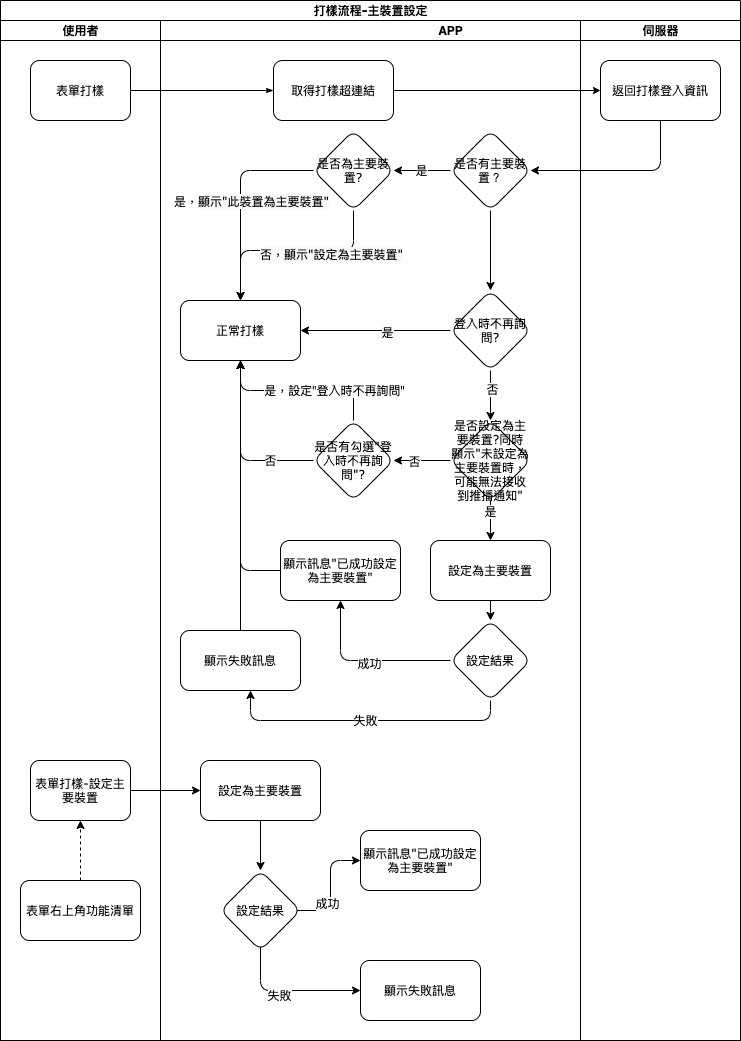
Earlier version of the draw.io export 8.10.0/UPDATE/ITEM_2/MAE/image/workflow_prototyping.png (ArcareRD/sadocs). Source tidied: cells renumbered, new cells last; positions are measured from the earlier drawing's top-left corner, leaving out a move shared by most shapes.
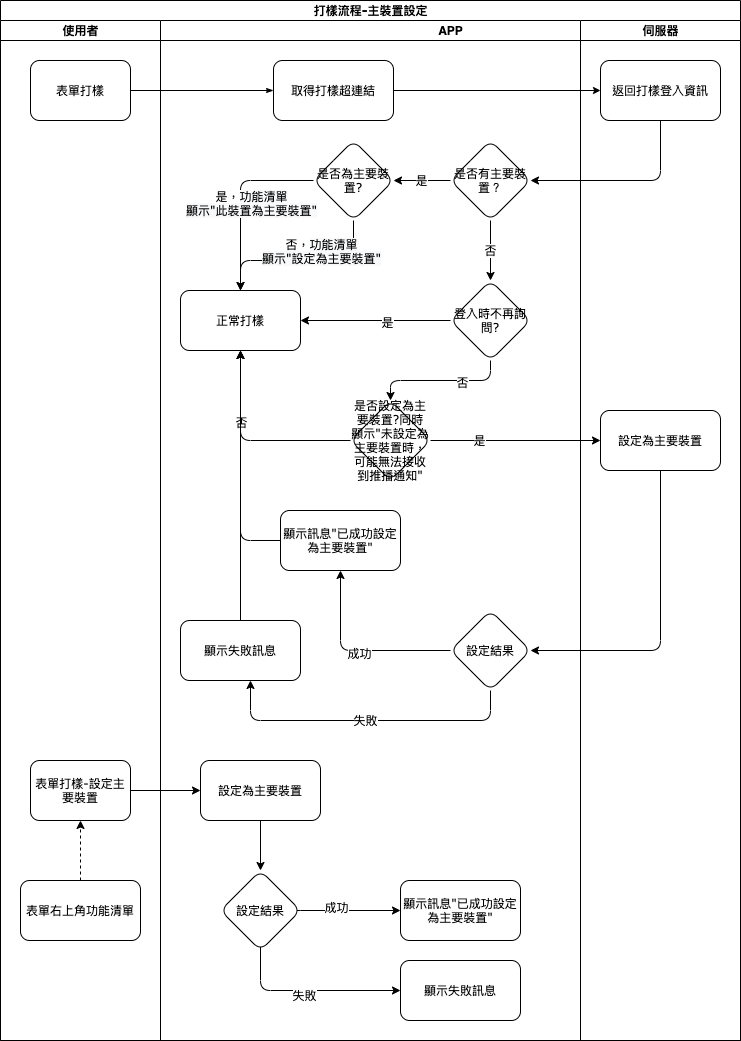
The same diagram one commit later.

Commit message:
修改一般登入及打樣時的主要裝置顯示

Change to the diagram source:
```diff
@@ -30,28 +30,28 @@
       <mxGeometry x="113" y="40" width="120" height="60" as="geometry" />
     </mxCell>
     <mxCell id="11" value="是否為主要裝置?" style="rhombus;whiteSpace=wrap;html=1;rounded=1;shadow=0;fontFamily=Verdana;fontSize=8;strokeWidth=1;" parent="9" vertex="1">
-      <mxGeometry x="153" y="110" width="80" height="80" as="geometry" />
+      <mxGeometry x="153" y="120" width="80" height="80" as="geometry" />
     </mxCell>
-    <mxCell id="12" style="edgeStyle=orthogonalEdgeStyle;rounded=1;jettySize=auto;html=1;" parent="9" edge="1" source="14" target="32">
+    <mxCell id="12" style="edgeStyle=orthogonalEdgeStyle;rounded=1;jettySize=auto;html=1;" parent="9" edge="1" source="14" target="23">
       <mxGeometry relative="1" as="geometry" />
     </mxCell>
     <mxCell id="13" value="否" style="edgeLabel;html=1;align=center;verticalAlign=middle;" parent="12" vertex="1">
       <mxGeometry x="0.29" relative="1" as="geometry" />
     </mxCell>
     <mxCell id="14" value="是否設定為主要裝置?同時顯示&quot;未設定為主要裝置時，可能無法接收到推播通知&quot;" style="rhombus;whiteSpace=wrap;html=1;rounded=1;shadow=0;fontFamily=Verdana;fontSize=8;strokeWidth=1;" parent="9" vertex="1">
-      <mxGeometry x="290" y="400" width="80" height="80" as="geometry" />
+      <mxGeometry x="190" y="380" width="80" height="80" as="geometry" />
     </mxCell>
     <mxCell id="15" style="edgeStyle=orthogonalEdgeStyle;rounded=1;jettySize=auto;html=1;" parent="9" edge="1" source="11" target="23">
       <mxGeometry relative="1" as="geometry">
         <Array as="points">
-          <mxPoint x="193" y="230" />
-          <mxPoint x="80" y="230" />
+          <mxPoint x="193" y="240" />
+          <mxPoint x="80" y="240" />
         </Array>
       </mxGeometry>
     </mxCell>
-    <mxCell id="16" value="&lt;span style=&quot;font-family: &amp;#34;verdana&amp;#34; ; font-size: 8px ; background-color: rgb(248 , 249 , 250)&quot;&gt;否，顯示&quot;設定為主要裝置&quot;&lt;/span&gt;" style="edgeLabel;html=1;align=center;verticalAlign=middle;" parent="15" vertex="1">
+    <mxCell id="16" value="否，&lt;span style=&quot;font-size: 12px ; background-color: rgb(248 , 249 , 250)&quot;&gt;功能清單&lt;/span&gt;&lt;br&gt;&lt;span style=&quot;font-size: 8px ; font-family: &amp;#34;verdana&amp;#34; ; background-color: rgb(248 , 249 , 250)&quot;&gt;顯示&quot;&lt;/span&gt;&lt;span style=&quot;font-family: &amp;#34;verdana&amp;#34; ; font-size: 8px ; background-color: rgb(248 , 249 , 250)&quot;&gt;設定為主要裝置&lt;/span&gt;&lt;span style=&quot;font-size: 8px ; font-family: &amp;#34;verdana&amp;#34; ; background-color: rgb(248 , 249 , 250)&quot;&gt;&quot;&lt;/span&gt;" style="edgeLabel;html=1;align=center;verticalAlign=middle;" parent="15" vertex="1">
       <mxGeometry x="-0.14" y="3" relative="1" as="geometry">
-        <mxPoint x="25" as="offset" />
+        <mxPoint x="6" y="-13" as="offset" />
       </mxGeometry>
     </mxCell>
     <mxCell id="17" value="伺服器" style="swimlane;html=1;startSize=20;" parent="9" vertex="1">
@@ -60,13 +60,16 @@
     <mxCell id="18" value="&lt;span style=&quot;font-family: &amp;#34;helvetica&amp;#34; ; font-size: 11px ; background-color: rgb(255 , 255 , 255)&quot;&gt;返回打樣登入資訊&lt;/span&gt;" style="rounded=1;whiteSpace=wrap;html=1;shadow=0;labelBackgroundColor=none;strokeWidth=1;fontFamily=Verdana;fontSize=8;align=center;" parent="17" vertex="1">
       <mxGeometry x="20" y="40" width="120" height="60" as="geometry" />
     </mxCell>
+    <mxCell id="26" value="設定為主要裝置" style="whiteSpace=wrap;html=1;rounded=1;shadow=0;fontFamily=Verdana;fontSize=8;strokeWidth=1;" parent="17" vertex="1">
+      <mxGeometry x="20" y="390" width="120" height="60" as="geometry" />
+    </mxCell>
     <mxCell id="19" style="edgeStyle=orthogonalEdgeStyle;rounded=1;jettySize=auto;html=1;startSize=5;endSize=5;" parent="9" edge="1" source="10" target="18">
       <mxGeometry relative="1" as="geometry" />
     </mxCell>
     <mxCell id="20" style="edgeStyle=orthogonalEdgeStyle;rounded=1;jettySize=auto;html=1;" parent="9" edge="1" source="18" target="22">
       <mxGeometry relative="1" as="geometry">
         <Array as="points">
-          <mxPoint x="500" y="150" />
+          <mxPoint x="500" y="160" />
         </Array>
       </mxGeometry>
     </mxCell>
@@ -74,59 +77,41 @@
       <mxGeometry relative="1" as="geometry" />
     </mxCell>
     <mxCell id="22" value="是否有主要裝置？" style="rhombus;whiteSpace=wrap;html=1;rounded=1;shadow=0;fontFamily=Verdana;fontSize=8;strokeWidth=1;" parent="9" vertex="1">
-      <mxGeometry x="290" y="110" width="80" height="80" as="geometry" />
+      <mxGeometry x="290" y="120" width="80" height="80" as="geometry" />
     </mxCell>
     <mxCell id="23" value="正常打樣" style="whiteSpace=wrap;html=1;rounded=1;shadow=0;fontFamily=Verdana;fontSize=8;strokeWidth=1;" parent="9" vertex="1">
-      <mxGeometry x="20" y="280" width="120" height="60" as="geometry" />
+      <mxGeometry x="20" y="270" width="120" height="60" as="geometry" />
     </mxCell>
     <mxCell id="24" style="edgeStyle=orthogonalEdgeStyle;rounded=1;jettySize=auto;html=1;" parent="9" edge="1" source="11" target="23">
       <mxGeometry relative="1" as="geometry">
         <Array as="points">
-          <mxPoint x="80" y="150" />
+          <mxPoint x="80" y="160" />
         </Array>
       </mxGeometry>
     </mxCell>
-    <mxCell id="25" value="是，&lt;span style=&quot;font-size: 8px ; font-family: &amp;#34;verdana&amp;#34; ; background-color: rgb(248 , 249 , 250)&quot;&gt;顯示&quot;此裝置為主要裝置&quot;&lt;/span&gt;" style="edgeLabel;html=1;align=center;verticalAlign=middle;" parent="24" vertex="1">
+    <mxCell id="25" value="是，&lt;span style=&quot;font-size: 12px ; background-color: rgb(248 , 249 , 250)&quot;&gt;功能清單&lt;/span&gt;&lt;br&gt;&lt;span style=&quot;font-size: 8px ; font-family: &amp;#34;verdana&amp;#34; ; background-color: rgb(248 , 249 , 250)&quot;&gt;顯示&quot;此裝置為主要裝置&quot;&lt;/span&gt;" style="edgeLabel;html=1;align=center;verticalAlign=middle;" parent="24" vertex="1">
       <mxGeometry x="-0.19" y="2" relative="1" as="geometry">
         <mxPoint x="8" y="21" as="offset" />
       </mxGeometry>
     </mxCell>
-    <mxCell id="26" value="設定為主要裝置" style="whiteSpace=wrap;html=1;rounded=1;shadow=0;fontFamily=Verdana;fontSize=8;strokeWidth=1;" parent="9" vertex="1">
-      <mxGeometry x="270" y="520" width="120" height="60" as="geometry" />
-    </mxCell>
     <mxCell id="27" style="edgeStyle=orthogonalEdgeStyle;rounded=1;jettySize=auto;html=1;" parent="9" edge="1" source="26" target="33">
       <mxGeometry relative="1" as="geometry">
         <Array as="points">
-          <mxPoint x="330" y="610" />
-          <mxPoint x="330" y="610" />
+          <mxPoint x="500" y="630" />
         </Array>
       </mxGeometry>
     </mxCell>
     <mxCell id="28" value="是" style="edgeStyle=orthogonalEdgeStyle;rounded=1;jettySize=auto;html=1;" parent="9" edge="1" source="14" target="26">
       <mxGeometry x="-0.43" relative="1" as="geometry" />
     </mxCell>
-    <mxCell id="29" style="edgeStyle=orthogonalEdgeStyle;rounded=1;jettySize=auto;html=1;exitX=0.5;exitY=0;exitDx=0;exitDy=0;strokeColor=#000000;" parent="9" edge="1" source="32" target="23">
-      <mxGeometry relative="1" as="geometry" />
-    </mxCell>
-    <mxCell id="30" value="是，設定&quot;登入時不再詢問&quot;" style="edgeLabel;html=1;align=center;verticalAlign=middle;" parent="29" vertex="1">
-      <mxGeometry x="-0.24" y="-1" relative="1" as="geometry">
-        <mxPoint x="16" as="offset" />
-      </mxGeometry>
-    </mxCell>
-    <mxCell id="31" value="否" style="edgeStyle=orthogonalEdgeStyle;rounded=1;jettySize=auto;html=1;exitX=0;exitY=0.5;exitDx=0;exitDy=0;strokeColor=#000000;" parent="9" edge="1" source="32" target="23">
-      <mxGeometry x="-0.5" relative="1" as="geometry" />
-    </mxCell>
-    <mxCell id="32" value="&lt;span&gt;是否有勾選&quot;登入時不再詢問&quot;?&lt;/span&gt;" style="rhombus;whiteSpace=wrap;html=1;rounded=1;shadow=0;fontFamily=Verdana;fontSize=8;strokeWidth=1;" parent="9" vertex="1">
-      <mxGeometry x="153" y="400" width="80" height="80" as="geometry" />
-    </mxCell>
     <mxCell id="33" value="設定結果" style="rhombus;whiteSpace=wrap;html=1;rounded=1;shadow=0;fontFamily=Verdana;fontSize=8;strokeWidth=1;" parent="9" vertex="1">
-      <mxGeometry x="290" y="600" width="80" height="80" as="geometry" />
+      <mxGeometry x="290" y="590" width="80" height="80" as="geometry" />
     </mxCell>
     <mxCell id="34" style="edgeStyle=orthogonalEdgeStyle;rounded=1;jettySize=auto;html=1;exitX=0.5;exitY=0;exitDx=0;exitDy=0;strokeColor=#000000;" parent="9" edge="1" source="35" target="23">
       <mxGeometry relative="1" as="geometry" />
     </mxCell>
     <mxCell id="35" value="顯示失敗訊息" style="whiteSpace=wrap;html=1;rounded=1;shadow=0;fontFamily=Verdana;fontSize=8;strokeWidth=1;" parent="9" vertex="1">
-      <mxGeometry x="20" y="610" width="120" height="60" as="geometry" />
+      <mxGeometry x="20" y="600" width="120" height="60" as="geometry" />
     </mxCell>
     <mxCell id="36" value="失敗" style="edgeStyle=orthogonalEdgeStyle;rounded=1;jettySize=auto;html=1;" parent="9" edge="1" source="33" target="35">
       <mxGeometry relative="1" as="geometry">
@@ -140,7 +125,7 @@
       <mxGeometry relative="1" as="geometry" />
     </mxCell>
     <mxCell id="38" value="顯示訊息&quot;已成功設定為主要裝置&quot;" style="whiteSpace=wrap;html=1;rounded=1;shadow=0;fontFamily=Verdana;fontSize=8;strokeWidth=1;" parent="9" vertex="1">
-      <mxGeometry x="120" y="520" width="120" height="60" as="geometry" />
+      <mxGeometry x="120" y="490" width="120" height="60" as="geometry" />
     </mxCell>
     <mxCell id="39" style="edgeStyle=orthogonalEdgeStyle;rounded=1;jettySize=auto;html=1;" parent="9" edge="1" source="33" target="38">
       <mxGeometry relative="1" as="geometry" />
@@ -175,31 +160,35 @@
       <mxGeometry x="60" y="850" width="80" height="80" as="geometry" />
     </mxCell>
     <mxCell id="48" value="顯示訊息&quot;已成功設定為主要裝置&quot;" style="whiteSpace=wrap;html=1;rounded=1;shadow=0;fontFamily=Verdana;fontSize=8;strokeWidth=1;" parent="9" vertex="1">
-      <mxGeometry x="200" y="810" width="120" height="60" as="geometry" />
+      <mxGeometry x="240" y="860" width="120" height="60" as="geometry" />
     </mxCell>
     <mxCell id="49" value="顯示失敗訊息" style="whiteSpace=wrap;html=1;rounded=1;shadow=0;fontFamily=Verdana;fontSize=8;strokeWidth=1;" parent="9" vertex="1">
-      <mxGeometry x="200" y="940" width="120" height="60" as="geometry" />
+      <mxGeometry x="240" y="940" width="120" height="60" as="geometry" />
     </mxCell>
-    <mxCell id="50" style="edgeStyle=orthogonalEdgeStyle;rounded=1;jettySize=auto;html=1;exitX=1;exitY=0.5;exitDx=0;exitDy=0;strokeColor=#000000;" parent="2" edge="1" source="5" target="42">
-      <mxGeometry relative="1" as="geometry" />
-    </mxCell>
+    <mxCell id="55" value="登入時不再詢問?" style="rhombus;whiteSpace=wrap;html=1;rounded=1;shadow=0;fontFamily=Verdana;fontSize=8;strokeWidth=1;" parent="9" vertex="1">
+      <mxGeometry x="290" y="260" width="80" height="80" as="geometry" />
+    </mxCell>
+    <mxCell id="53" style="edgeStyle=orthogonalEdgeStyle;rounded=1;jettySize=auto;html=1;exitX=0.5;exitY=1;exitDx=0;exitDy=0;" parent="9" edge="1" source="55" target="14">
+      <mxGeometry relative="1" as="geometry" />
+    </mxCell>
+    <mxCell id="54" value="否" style="edgeLabel;html=1;align=center;verticalAlign=middle;" parent="53" vertex="1">
+      <mxGeometry x="-0.3" y="1" relative="1" as="geometry" />
+    </mxCell>
+    <mxCell id="56" value="否" style="edgeStyle=orthogonalEdgeStyle;rounded=0;jettySize=auto;html=1;" parent="9" edge="1" source="22" target="55">
+      <mxGeometry relative="1" as="geometry" />
+    </mxCell>
-    <mxCell id="51" style="edgeStyle=orthogonalEdgeStyle;rounded=0;jettySize=auto;html=1;exitX=0;exitY=0.5;exitDx=0;exitDy=0;" parent="1" edge="1" source="55" target="23">
-      <mxGeometry relative="1" as="geometry" />
+    <mxCell id="51" style="edgeStyle=orthogonalEdgeStyle;rounded=1;jettySize=auto;html=1;" parent="9" edge="1" source="55" target="23">
+      <mxGeometry relative="1" as="geometry">
+        <Array as="points">
+          <mxPoint x="80" y="300" />
+        </Array>
+      </mxGeometry>
     </mxCell>
     <mxCell id="52" value="是" style="edgeLabel;html=1;align=center;verticalAlign=middle;" parent="51" vertex="1">
       <mxGeometry x="-0.15" y="1" relative="1" as="geometry" />
     </mxCell>
-    <mxCell id="53" style="edgeStyle=orthogonalEdgeStyle;rounded=1;jettySize=auto;html=1;exitX=0.5;exitY=1;exitDx=0;exitDy=0;" parent="1" edge="1" source="55" target="14">
-      <mxGeometry relative="1" as="geometry" />
-    </mxCell>
-    <mxCell id="54" value="否" style="edgeLabel;html=1;align=center;verticalAlign=middle;" parent="53" vertex="1">
-      <mxGeometry x="-0.3" y="1" relative="1" as="geometry" />
-    </mxCell>
-    <mxCell id="55" value="登入時不再詢問?" style="rhombus;whiteSpace=wrap;html=1;rounded=1;shadow=0;fontFamily=Verdana;fontSize=8;strokeWidth=1;" parent="1" vertex="1">
-      <mxGeometry x="450" y="290" width="80" height="80" as="geometry" />
-    </mxCell>
-    <mxCell id="56" style="edgeStyle=orthogonalEdgeStyle;rounded=0;jettySize=auto;html=1;" parent="1" edge="1" source="22" target="55">
-      <mxGeometry relative="1" as="geometry" />
-    </mxCell>
+    <mxCell id="50" style="edgeStyle=orthogonalEdgeStyle;rounded=1;jettySize=auto;html=1;exitX=1;exitY=0.5;exitDx=0;exitDy=0;strokeColor=#000000;" parent="2" edge="1" source="5" target="42">
+      <mxGeometry relative="1" as="geometry" />
+    </mxCell>
   </root>
 </mxGraphModel>
```
